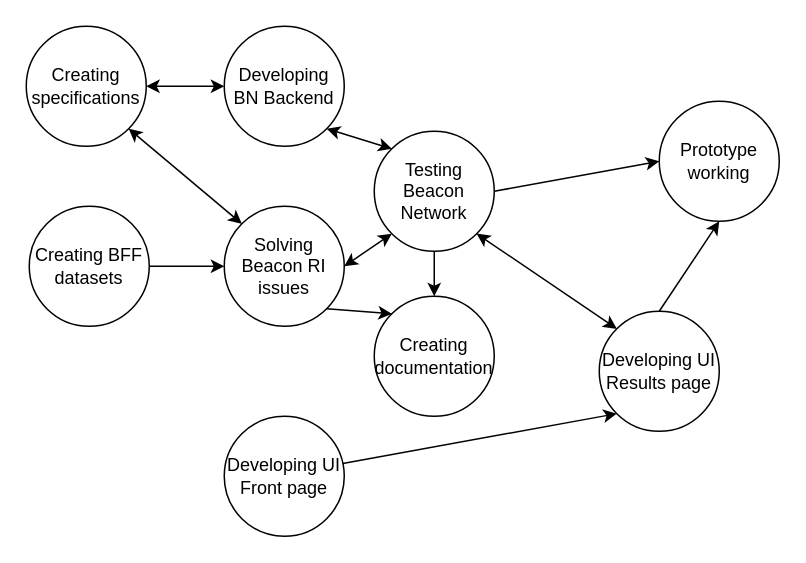
The draw.io diagram implementation_strategy.drawio in costero-e/harrypotter, before the edit. Source tidied: cells renumbered, new cells numbered last; positions are measured from the earlier drawing's top-left corner, leaving out a move shared by most shapes. Both pictures are drawn from the tidied source at 150%, with x=0, y=0 at pixel (26, 26).
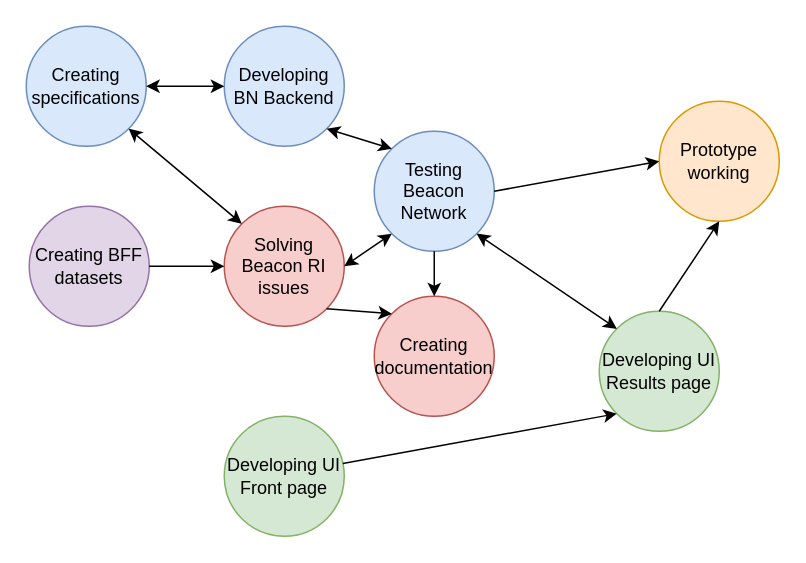
The same page after the edit.

Diff of the diagram source:
```diff
@@
-    <mxCell id="2" value="Developing BN Backend" style="ellipse;whiteSpace=wrap;html=1;" parent="1" vertex="1">
+    <mxCell id="2" value="Developing BN Backend" style="ellipse;whiteSpace=wrap;html=1;fillColor=#dae8fc;strokeColor=#6c8ebf;" parent="1" vertex="1">
       <mxGeometry x="132" width="80" height="80" as="geometry" />
     </mxCell>
-    <mxCell id="3" value="Testing Beacon Network" style="ellipse;whiteSpace=wrap;html=1;" parent="1" vertex="1">
+    <mxCell id="3" value="Testing Beacon Network" style="ellipse;whiteSpace=wrap;html=1;fillColor=#dae8fc;strokeColor=#6c8ebf;" parent="1" vertex="1">
       <mxGeometry x="232" y="70" width="80" height="80" as="geometry" />
     </mxCell>
-    <mxCell id="4" value="Solving Beacon RI issues" style="ellipse;whiteSpace=wrap;html=1;" parent="1" vertex="1">
+    <mxCell id="4" value="Solving Beacon RI issues" style="ellipse;whiteSpace=wrap;html=1;fillColor=#f8cecc;strokeColor=#b85450;" parent="1" vertex="1">
       <mxGeometry x="132" y="120" width="80" height="80" as="geometry" />
     </mxCell>
@@
-    <mxCell id="7" value="Developing UI Front page" style="ellipse;whiteSpace=wrap;html=1;" parent="1" vertex="1">
+    <mxCell id="7" value="Developing UI Front page" style="ellipse;whiteSpace=wrap;html=1;fillColor=#d5e8d4;strokeColor=#82b366;" parent="1" vertex="1">
       <mxGeometry x="132" y="260" width="80" height="80" as="geometry" />
     </mxCell>
-    <mxCell id="8" value="Developing UI Results page" style="ellipse;whiteSpace=wrap;html=1;" parent="1" vertex="1">
+    <mxCell id="8" value="Developing UI Results page" style="ellipse;whiteSpace=wrap;html=1;fillColor=#d5e8d4;strokeColor=#82b366;" parent="1" vertex="1">
       <mxGeometry x="382" y="190" width="80" height="80" as="geometry" />
     </mxCell>
@@
-    <mxCell id="11" value="Creating BFF datasets" style="ellipse;whiteSpace=wrap;html=1;" parent="1" vertex="1">
+    <mxCell id="11" value="Creating BFF datasets" style="ellipse;whiteSpace=wrap;html=1;fillColor=#e1d5e7;strokeColor=#9673a6;" parent="1" vertex="1">
       <mxGeometry x="2" y="120" width="80" height="80" as="geometry" />
     </mxCell>
@@
-    <mxCell id="13" value="Creating specifications" style="ellipse;whiteSpace=wrap;html=1;" parent="1" vertex="1">
+    <mxCell id="13" value="Creating specifications" style="ellipse;whiteSpace=wrap;html=1;fillColor=#dae8fc;strokeColor=#6c8ebf;" parent="1" vertex="1">
       <mxGeometry width="80" height="80" as="geometry" />
     </mxCell>
-    <mxCell id="14" value="Creating documentation" style="ellipse;whiteSpace=wrap;html=1;" parent="1" vertex="1">
+    <mxCell id="14" value="Creating documentation" style="ellipse;whiteSpace=wrap;html=1;fillColor=#f8cecc;strokeColor=#b85450;" parent="1" vertex="1">
       <mxGeometry x="232" y="180" width="80" height="80" as="geometry" />
     </mxCell>
@@
-    <mxCell id="18" value="Prototype working" style="ellipse;whiteSpace=wrap;html=1;" parent="1" vertex="1">
+    <mxCell id="18" value="Prototype working" style="ellipse;whiteSpace=wrap;html=1;fillColor=#ffe6cc;strokeColor=#d79b00;" parent="1" vertex="1">
       <mxGeometry x="422" y="50" width="80" height="80" as="geometry" />
     </mxCell>
```
